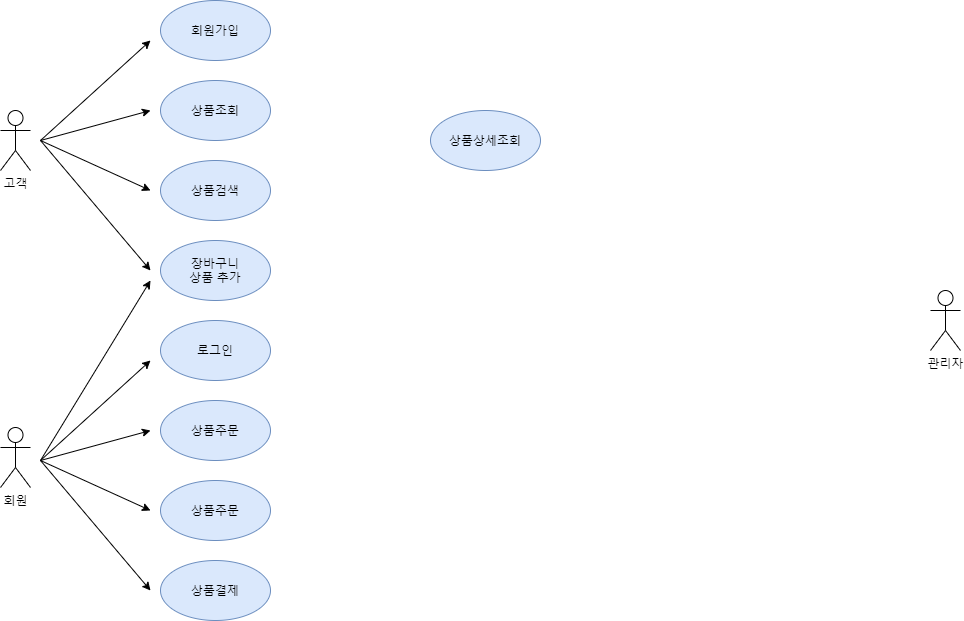
Above: Actor Diagram.png in osiris0607/Project (draw.io), before the change. Source tidied: cells renumbered, new cells last; positions are measured from the earlier drawing's top-left corner, leaving out a move shared by most shapes. Source of this version:
```xml
<mxGraphModel>
  <root>
    <mxCell id="0" />
    <mxCell id="1" parent="0" />
    <mxCell id="2" value="고객" style="shape=umlActor;verticalLabelPosition=bottom;verticalAlign=top;html=1;" parent="1" vertex="1">
      <mxGeometry y="110" width="30" height="60" as="geometry" />
    </mxCell>
    <mxCell id="3" value="회원" style="shape=umlActor;verticalLabelPosition=bottom;verticalAlign=top;html=1;" parent="1" vertex="1">
      <mxGeometry y="427" width="30" height="60" as="geometry" />
    </mxCell>
    <mxCell id="4" value="관리자" style="shape=umlActor;verticalLabelPosition=bottom;verticalAlign=top;html=1;" parent="1" vertex="1">
      <mxGeometry x="930" y="290" width="30" height="60" as="geometry" />
    </mxCell>
    <mxCell id="5" value="회원가입" style="ellipse;whiteSpace=wrap;html=1;fillColor=#dae8fc;strokeColor=#6c8ebf;" parent="1" vertex="1">
      <mxGeometry x="160" width="110" height="60" as="geometry" />
    </mxCell>
    <mxCell id="6" value="로그인" style="ellipse;whiteSpace=wrap;html=1;fillColor=#dae8fc;strokeColor=#6c8ebf;" parent="1" vertex="1">
      <mxGeometry x="160" y="320" width="110" height="60" as="geometry" />
    </mxCell>
    <mxCell id="7" value="상품조회" style="ellipse;whiteSpace=wrap;html=1;fillColor=#dae8fc;strokeColor=#6c8ebf;" parent="1" vertex="1">
      <mxGeometry x="160" y="80" width="110" height="60" as="geometry" />
    </mxCell>
    <mxCell id="8" value="상품검색&lt;span style=&quot;color: rgba(0 , 0 , 0 , 0) ; font-family: monospace ; font-size: 0px&quot;&gt;%3CmxGraphModel%3E%3Croot%3E%3CmxCell%20id%3D%220%22%2F%3E%3CmxCell%20id%3D%221%22%20parent%3D%220%22%2F%3E%3CmxCell%20id%3D%222%22%20value%3D%22%EC%83%81%ED%92%88%EC%A1%B0%ED%9A%8C%22%20style%3D%22ellipse%3BwhiteSpace%3Dwrap%3Bhtml%3D1%3B%22%20vertex%3D%221%22%20parent%3D%221%22%3E%3CmxGeometry%20x%3D%22250%22%20y%3D%22180%22%20width%3D%22110%22%20height%3D%2260%22%20as%3D%22geometry%22%2F%3E%3C%2FmxCell%3E%3C%2Froot%3E%3C%2FmxGraphModel%3E&lt;/span&gt;" style="ellipse;whiteSpace=wrap;html=1;fillColor=#dae8fc;strokeColor=#6c8ebf;" parent="1" vertex="1">
      <mxGeometry x="160" y="160" width="110" height="60" as="geometry" />
    </mxCell>
    <mxCell id="9" value="상품주문" style="ellipse;whiteSpace=wrap;html=1;fillColor=#dae8fc;strokeColor=#6c8ebf;" parent="1" vertex="1">
      <mxGeometry x="160" y="400" width="110" height="60" as="geometry" />
    </mxCell>
    <mxCell id="10" value="상품주문" style="ellipse;whiteSpace=wrap;html=1;fillColor=#dae8fc;strokeColor=#6c8ebf;" parent="1" vertex="1">
      <mxGeometry x="160" y="480" width="110" height="60" as="geometry" />
    </mxCell>
    <mxCell id="11" value="상품결제" style="ellipse;whiteSpace=wrap;html=1;fillColor=#dae8fc;strokeColor=#6c8ebf;" parent="1" vertex="1">
      <mxGeometry x="160" y="560" width="110" height="60" as="geometry" />
    </mxCell>
    <mxCell id="12" value="장바구니&lt;br&gt;상품 추가" style="ellipse;whiteSpace=wrap;html=1;fillColor=#dae8fc;strokeColor=#6c8ebf;" parent="1" vertex="1">
      <mxGeometry x="160" y="240" width="110" height="60" as="geometry" />
    </mxCell>
    <mxCell id="13" style="endArrow=classic;html=1;" parent="1" edge="1">
      <mxGeometry relative="1" as="geometry">
        <mxPoint x="40" y="140" as="sourcePoint" />
        <mxPoint x="150" y="40" as="targetPoint" />
      </mxGeometry>
    </mxCell>
    <mxCell id="14" style="endArrow=classic;html=1;" parent="1" edge="1">
      <mxGeometry relative="1" as="geometry">
        <mxPoint x="40" y="140" as="sourcePoint" />
        <mxPoint x="150" y="110" as="targetPoint" />
      </mxGeometry>
    </mxCell>
    <mxCell id="15" style="endArrow=classic;html=1;" parent="1" edge="1">
      <mxGeometry relative="1" as="geometry">
        <mxPoint x="40" y="140" as="sourcePoint" />
        <mxPoint x="150" y="190" as="targetPoint" />
      </mxGeometry>
    </mxCell>
    <mxCell id="16" style="endArrow=classic;html=1;" parent="1" edge="1">
      <mxGeometry relative="1" as="geometry">
        <mxPoint x="40" y="140" as="sourcePoint" />
        <mxPoint x="150" y="270" as="targetPoint" />
      </mxGeometry>
    </mxCell>
    <mxCell id="17" style="endArrow=classic;html=1;" parent="1" edge="1">
      <mxGeometry relative="1" as="geometry">
        <mxPoint x="40" y="460" as="sourcePoint" />
        <mxPoint x="150" y="360" as="targetPoint" />
      </mxGeometry>
    </mxCell>
    <mxCell id="18" style="endArrow=classic;html=1;" parent="1" edge="1">
      <mxGeometry relative="1" as="geometry">
        <mxPoint x="40" y="460" as="sourcePoint" />
        <mxPoint x="150" y="430" as="targetPoint" />
      </mxGeometry>
    </mxCell>
    <mxCell id="19" style="endArrow=classic;html=1;" parent="1" edge="1">
      <mxGeometry relative="1" as="geometry">
        <mxPoint x="40" y="460" as="sourcePoint" />
        <mxPoint x="150" y="510" as="targetPoint" />
      </mxGeometry>
    </mxCell>
    <mxCell id="20" style="endArrow=classic;html=1;" parent="1" edge="1">
      <mxGeometry relative="1" as="geometry">
        <mxPoint x="40" y="460" as="sourcePoint" />
        <mxPoint x="150" y="590" as="targetPoint" />
      </mxGeometry>
    </mxCell>
    <mxCell id="21" style="endArrow=classic;html=1;" parent="1" edge="1">
      <mxGeometry relative="1" as="geometry">
        <mxPoint x="40" y="460" as="sourcePoint" />
        <mxPoint x="150" y="280" as="targetPoint" />
      </mxGeometry>
    </mxCell>
    <mxCell id="22" value="상품상세조회" style="ellipse;whiteSpace=wrap;html=1;fillColor=#dae8fc;strokeColor=#6c8ebf;" parent="1" vertex="1">
      <mxGeometry x="430" y="110" width="110" height="60" as="geometry" />
    </mxCell>
  </root>
</mxGraphModel>
```
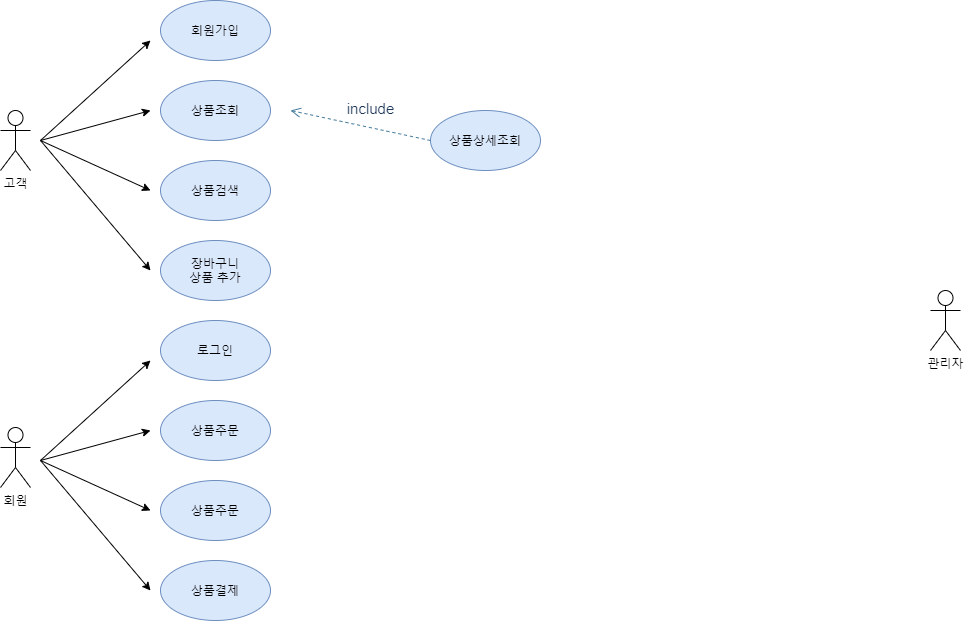
The same file after the commit.

Diff of the diagram source:
```diff
@@ -83,14 +83,13 @@
         <mxPoint x="150" y="590" as="targetPoint" />
       </mxGeometry>
     </mxCell>
-    <mxCell id="21" style="endArrow=classic;html=1;" parent="1" edge="1">
-      <mxGeometry relative="1" as="geometry">
-        <mxPoint x="40" y="460" as="sourcePoint" />
-        <mxPoint x="150" y="280" as="targetPoint" />
-      </mxGeometry>
-    </mxCell>
     <mxCell id="22" value="상품상세조회" style="ellipse;whiteSpace=wrap;html=1;fillColor=#dae8fc;strokeColor=#6c8ebf;" parent="1" vertex="1">
       <mxGeometry x="430" y="110" width="110" height="60" as="geometry" />
     </mxCell>
+    <mxCell id="23" value="&lt;font style=&quot;font-size: 15px&quot;&gt;include&lt;/font&gt;" style="html=1;verticalAlign=bottom;endArrow=open;dashed=1;endSize=8;strokeColor=#457B9D;fillColor=#A8DADC;fontColor=#1D3557;exitX=0;exitY=0.5;exitDx=0;exitDy=0;" parent="1" edge="1" source="22">
+      <mxGeometry x="-0.12" y="-7" relative="1" as="geometry">
+        <mxPoint x="290" y="110" as="targetPoint" />
+      </mxGeometry>
+    </mxCell>
   </root>
 </mxGraphModel>
```
